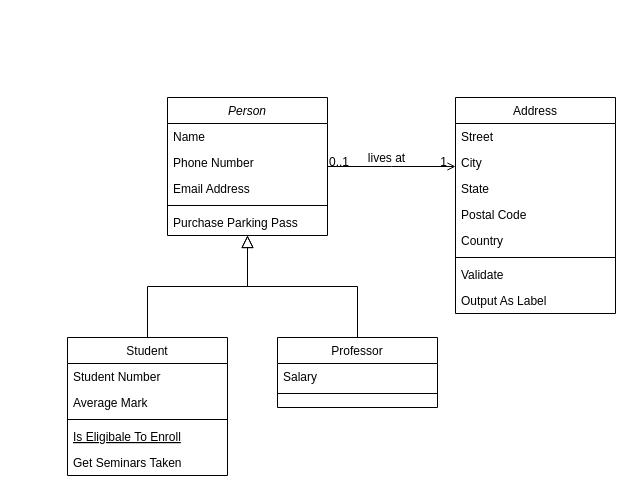
Above: Untitled Diagram.drawio in nguyenvanbapc66/4-chang-trai (draw.io), before the change. Source tidied: cells renumbered, new cells numbered last; positions are measured from the earlier drawing's top-left corner, leaving out a move shared by most shapes. Both pictures are drawn from the tidied source at 100%, with x=0, y=0 at pixel (67, 97).
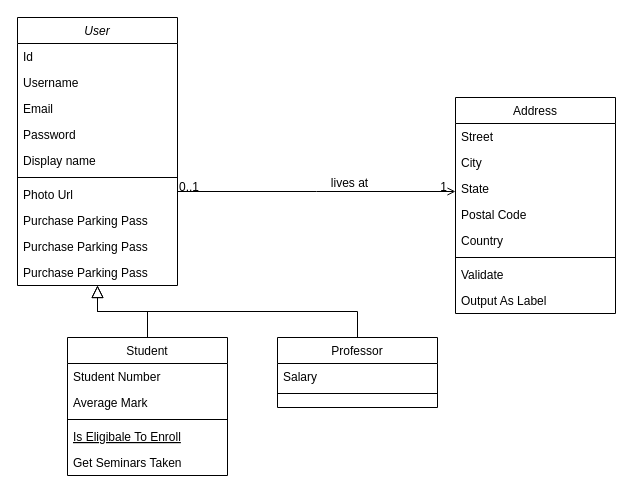
The same page after the edit.

Diff of the diagram source:
```diff
@@
-    <mxCell id="2" value="Person" style="swimlane;fontStyle=2;align=center;verticalAlign=top;horizontal=1;startSize=26;rounded=0;shadow=0;strokeWidth=1;" parent="1" vertex="1">
-      <mxGeometry x="100" width="160" height="138" as="geometry" />
+    <mxCell id="2" value="User" style="swimlane;fontStyle=2;align=center;verticalAlign=top;horizontal=1;startSize=26;rounded=0;shadow=0;strokeWidth=1;" parent="1" vertex="1">
+      <mxGeometry x="-50" y="-80" width="160" height="268" as="geometry" />
     </mxCell>
-    <mxCell id="3" value="Name" style="text;align=left;verticalAlign=top;spacingLeft=4;spacingRight=4;overflow=hidden;" parent="2" vertex="1">
-      <mxGeometry y="26" width="160" height="26" as="geometry" />
-    </mxCell>
-    <mxCell id="4" value="Phone Number" style="text;align=left;verticalAlign=top;spacingLeft=4;spacingRight=4;overflow=hidden;rounded=0;shadow=0;html=0;" parent="2" vertex="1">
-      <mxGeometry y="52" width="160" height="26" as="geometry" />
-    </mxCell>
-    <mxCell id="5" value="Email Address" style="text;align=left;verticalAlign=top;spacingLeft=4;spacingRight=4;overflow=hidden;rounded=0;shadow=0;html=0;" parent="2" vertex="1">
-      <mxGeometry y="78" width="160" height="26" as="geometry" />
-    </mxCell>
+    <mxCell id="32" value="Id" style="text;align=left;verticalAlign=top;spacingLeft=4;spacingRight=4;overflow=hidden;" parent="2" vertex="1">
+      <mxGeometry y="26" width="160" height="26" as="geometry" />
+    </mxCell>
+    <mxCell id="33" value="Username" style="text;align=left;verticalAlign=top;spacingLeft=4;spacingRight=4;overflow=hidden;" parent="2" vertex="1">
+      <mxGeometry y="52" width="160" height="26" as="geometry" />
+    </mxCell>
+    <mxCell id="34" value="Email" style="text;align=left;verticalAlign=top;spacingLeft=4;spacingRight=4;overflow=hidden;" parent="2" vertex="1">
+      <mxGeometry y="78" width="160" height="26" as="geometry" />
+    </mxCell>
+    <mxCell id="35" value="Password" style="text;align=left;verticalAlign=top;spacingLeft=4;spacingRight=4;overflow=hidden;" parent="2" vertex="1">
+      <mxGeometry y="104" width="160" height="26" as="geometry" />
+    </mxCell>
+    <mxCell id="36" value="Display name" style="text;align=left;verticalAlign=top;spacingLeft=4;spacingRight=4;overflow=hidden;" parent="2" vertex="1">
+      <mxGeometry y="130" width="160" height="26" as="geometry" />
+    </mxCell>
     <mxCell id="6" style="line;html=1;strokeWidth=1;align=left;verticalAlign=middle;spacingTop=-1;spacingLeft=3;spacingRight=3;labelPosition=right;" parent="2" vertex="1">
-      <mxGeometry y="104" width="160" height="8" as="geometry" />
+      <mxGeometry y="156" width="160" height="8" as="geometry" />
     </mxCell>
+    <mxCell id="37" value="Photo Url" style="text;align=left;verticalAlign=top;spacingLeft=4;spacingRight=4;overflow=hidden;" parent="2" vertex="1">
+      <mxGeometry y="164" width="160" height="26" as="geometry" />
+    </mxCell>
+    <mxCell id="38" value="Purchase Parking Pass" style="text;align=left;verticalAlign=top;spacingLeft=4;spacingRight=4;overflow=hidden;" parent="2" vertex="1">
+      <mxGeometry y="190" width="160" height="26" as="geometry" />
+    </mxCell>
+    <mxCell id="39" value="Purchase Parking Pass" style="text;align=left;verticalAlign=top;spacingLeft=4;spacingRight=4;overflow=hidden;" parent="2" vertex="1">
+      <mxGeometry y="216" width="160" height="26" as="geometry" />
+    </mxCell>
     <mxCell id="7" value="Purchase Parking Pass" style="text;align=left;verticalAlign=top;spacingLeft=4;spacingRight=4;overflow=hidden;" parent="2" vertex="1">
-      <mxGeometry y="112" width="160" height="26" as="geometry" />
+      <mxGeometry y="242" width="160" height="26" as="geometry" />
     </mxCell>
```
